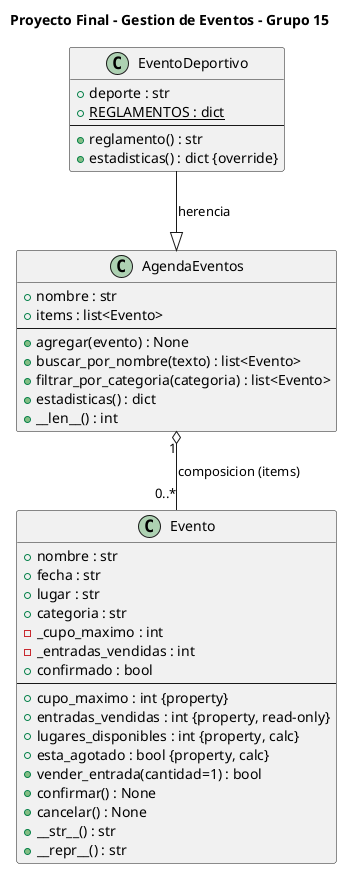
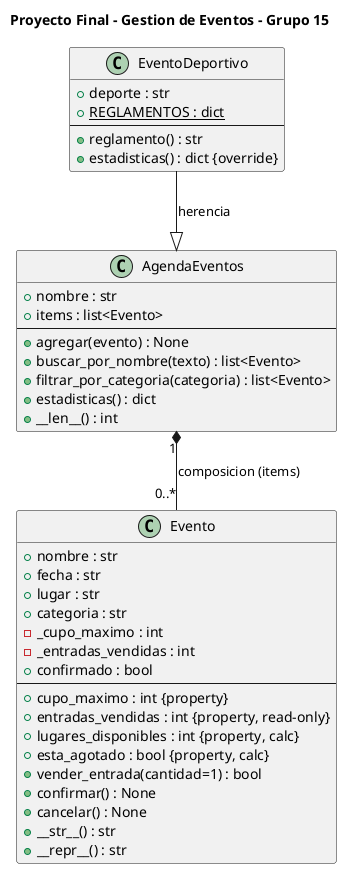
@startuml diagrama_G15
title Proyecto Final - Gestion de Eventos - Grupo 15

class Evento {
  + nombre : str
  + fecha : str
  + lugar : str
  + categoria : str
  - _cupo_maximo : int
  - _entradas_vendidas : int
  + confirmado : bool
  --
  + cupo_maximo : int {property}
  + entradas_vendidas : int {property, read-only}
  + lugares_disponibles : int {property, calc}
  + esta_agotado : bool {property, calc}
  + vender_entrada(cantidad=1) : bool
  + confirmar() : None
  + cancelar() : None
  + __str__() : str
  + __repr__() : str
}

class AgendaEventos {
  + nombre : str
  + items : list<Evento>
  --
  + agregar(evento) : None
  + buscar_por_nombre(texto) : list<Evento>
  + filtrar_por_categoria(categoria) : list<Evento>
  + estadisticas() : dict
  + __len__() : int
}

class EventoDeportivo {
  + deporte : str
  + {static} REGLAMENTOS : dict
  --
  + reglamento() : str
  + estadisticas() : dict {override}
}

EventoDeportivo --|> AgendaEventos : herencia
- AgendaEventos "1" o-- "0..*" Evento : composicion (items)
+ AgendaEventos "1" *-- "0..*" Evento : composicion (items)

@enduml
